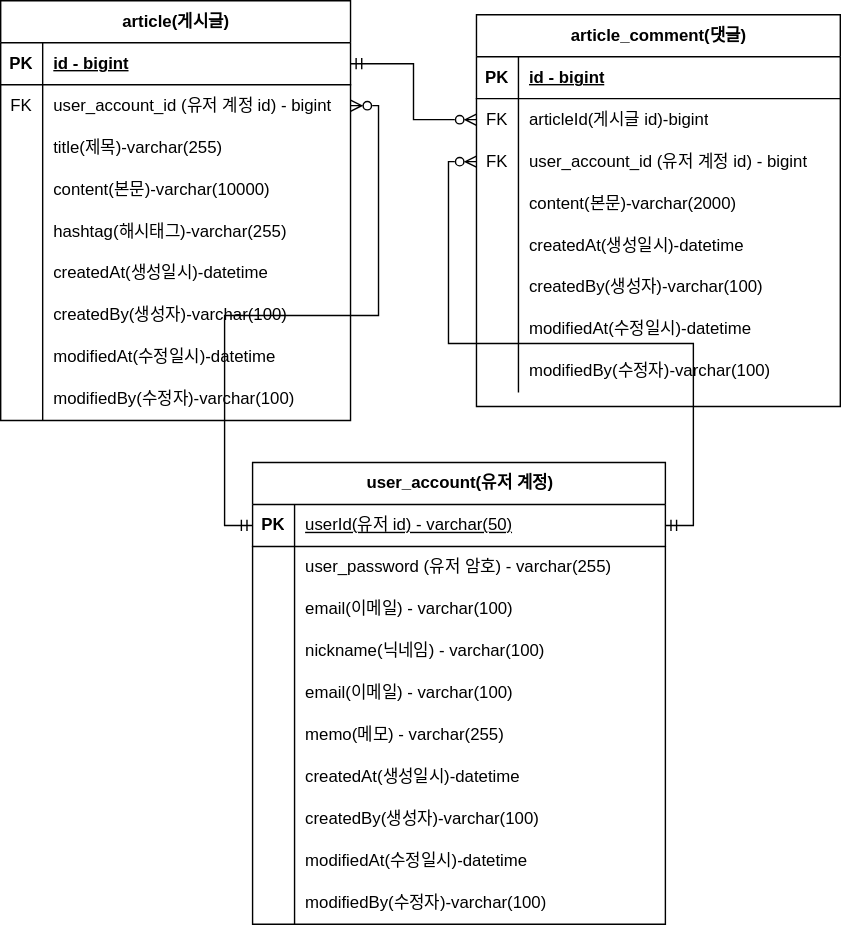
Before: document/project-board-erd.drawio.svg, a diagram exported from draw.io (Kim-Hyeong-June/fastcampus-project-board). Source tidied: cells renumbered, new cells last; positions are measured from the earlier drawing's top-left corner, leaving out a move shared by most shapes.
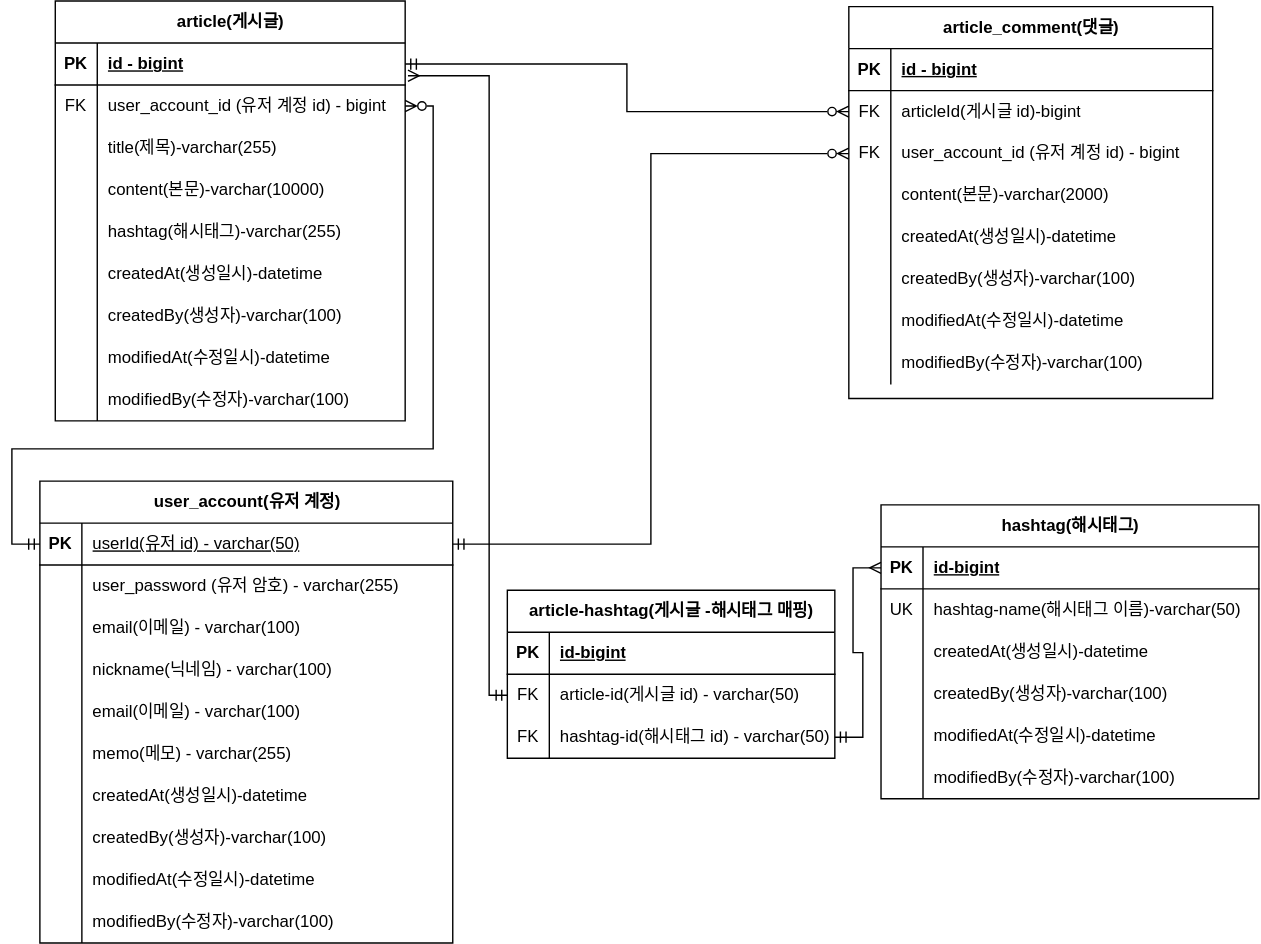
Above is the later version.

Commit message:
[고도화] project-board-erd.drawio.svg 업데이트

The edit, as a diff of the source:
```diff
@@ -87,7 +87,7 @@
       <mxGeometry x="30" width="220" height="30" as="geometry" />
     </mxCell>
     <mxCell id="30" value="article_comment(댓글)" style="shape=table;startSize=30;rowLines=0;fontStyle=1;align=center;html=1;" parent="1" vertex="1">
-      <mxGeometry x="340" y="10" width="260" height="280" as="geometry" />
+      <mxGeometry x="567" y="4" width="260" height="280" as="geometry" />
     </mxCell>
     <mxCell id="31" style="shape=tableRow;horizontal=0;startSize=0;swimlaneHead=0;swimlaneBody=0;fillColor=none;top=0;left=0;right=0;bottom=1;" parent="30" vertex="1">
       <mxGeometry y="30" width="260" height="30" as="geometry" />
@@ -162,7 +162,7 @@
       <mxGeometry x="30" width="230" height="30" as="geometry" />
     </mxCell>
     <mxCell id="55" value="user_account(유저 계정)" style="shape=table;startSize=30;rowLines=0;fontStyle=1;align=center;html=1;" parent="1" vertex="1">
-      <mxGeometry x="180" y="330" width="295" height="330" as="geometry" />
+      <mxGeometry x="-11" y="343" width="295" height="330" as="geometry" />
     </mxCell>
     <mxCell id="56" style="shape=tableRow;horizontal=0;startSize=0;swimlaneHead=0;swimlaneBody=0;fillColor=none;points=[[0,0.5],[1,0.5]];portConstraint=eastwest;top=0;left=0;right=0;bottom=1;" parent="55" vertex="1">
       <mxGeometry y="30" width="295" height="30" as="geometry" />
@@ -258,10 +258,117 @@
       <mxGeometry relative="1" as="geometry" />
     </mxCell>
     <mxCell id="87" style="edgeStyle=orthogonalEdgeStyle;rounded=0;jettySize=auto;html=1;exitX=1;exitY=0.5;exitDx=0;exitDy=0;entryX=0;entryY=0.5;entryDx=0;entryDy=0;endArrow=ERmandOne;endFill=0;startArrow=ERzeroToMany;startFill=0;" parent="1" edge="1" source="6" target="56">
-      <mxGeometry relative="1" as="geometry" />
+      <mxGeometry relative="1" as="geometry">
+        <Array as="points">
+          <mxPoint x="270" y="75" />
+          <mxPoint x="270" y="320" />
+          <mxPoint x="-31" y="320" />
+          <mxPoint x="-31" y="388" />
+        </Array>
+      </mxGeometry>
     </mxCell>
     <mxCell id="88" style="edgeStyle=orthogonalEdgeStyle;rounded=0;jettySize=auto;html=1;exitX=0;exitY=0.5;exitDx=0;exitDy=0;entryX=1;entryY=0.5;entryDx=0;entryDy=0;endArrow=ERmandOne;endFill=0;startArrow=ERzeroToMany;startFill=0;" parent="1" edge="1" source="37" target="56">
       <mxGeometry relative="1" as="geometry" />
     </mxCell>
+    <mxCell id="89" value="hashtag(해시태그)" style="shape=table;startSize=30;rowLines=0;fontStyle=1;align=center;html=1;" parent="1" vertex="1">
+      <mxGeometry x="590" y="360" width="270" height="210" as="geometry" />
+    </mxCell>
+    <mxCell id="90" style="shape=tableRow;horizontal=0;startSize=0;swimlaneHead=0;swimlaneBody=0;fillColor=none;points=[[0,0.5],[1,0.5]];portConstraint=eastwest;top=0;left=0;right=0;bottom=1;" parent="89" vertex="1">
+      <mxGeometry y="30" width="270" height="30" as="geometry" />
+    </mxCell>
+    <mxCell id="91" value="PK" style="shape=partialRectangle;fillColor=none;top=0;left=0;bottom=0;right=0;fontStyle=1;overflow=hidden;whiteSpace=wrap;html=1;" parent="90" vertex="1">
+      <mxGeometry width="30" height="30" as="geometry" />
+    </mxCell>
+    <mxCell id="92" value="id-bigint" style="shape=partialRectangle;fillColor=none;top=0;left=0;bottom=0;right=0;align=left;spacingLeft=6;fontStyle=5;overflow=hidden;whiteSpace=wrap;html=1;" parent="90" vertex="1">
+      <mxGeometry x="30" width="240" height="30" as="geometry" />
+    </mxCell>
+    <mxCell id="93" style="shape=tableRow;horizontal=0;startSize=0;swimlaneHead=0;swimlaneBody=0;fillColor=none;top=0;left=0;right=0;bottom=0;" parent="89" vertex="1">
+      <mxGeometry y="60" width="270" height="30" as="geometry" />
+    </mxCell>
+    <mxCell id="94" value="UK" style="shape=partialRectangle;fillColor=none;top=0;left=0;bottom=0;right=0;overflow=hidden;whiteSpace=wrap;html=1;" parent="93" vertex="1">
+      <mxGeometry width="30" height="30" as="geometry" />
+    </mxCell>
+    <mxCell id="95" value="hashtag-name(해시태그 이름)-varchar(50)" style="shape=partialRectangle;fillColor=none;top=0;left=0;bottom=0;right=0;align=left;spacingLeft=6;overflow=hidden;whiteSpace=wrap;html=1;" parent="93" vertex="1">
+      <mxGeometry x="30" width="240" height="30" as="geometry" />
+    </mxCell>
+    <mxCell id="96" style="shape=tableRow;horizontal=0;startSize=0;swimlaneHead=0;swimlaneBody=0;fillColor=none;top=0;left=0;right=0;bottom=0;" parent="89" vertex="1">
+      <mxGeometry y="90" width="270" height="30" as="geometry" />
+    </mxCell>
+    <mxCell id="97" style="shape=partialRectangle;fillColor=none;top=0;left=0;bottom=0;right=0;overflow=hidden;whiteSpace=wrap;html=1;" parent="96" vertex="1">
+      <mxGeometry width="30" height="30" as="geometry" />
+    </mxCell>
+    <mxCell id="98" value="createdAt(생성일시)-datetime" style="shape=partialRectangle;fillColor=none;top=0;left=0;bottom=0;right=0;align=left;spacingLeft=6;overflow=hidden;whiteSpace=wrap;html=1;" parent="96" vertex="1">
+      <mxGeometry x="30" width="240" height="30" as="geometry" />
+    </mxCell>
+    <mxCell id="99" style="shape=tableRow;horizontal=0;startSize=0;swimlaneHead=0;swimlaneBody=0;fillColor=none;top=0;left=0;right=0;bottom=0;" parent="89" vertex="1">
+      <mxGeometry y="120" width="270" height="30" as="geometry" />
+    </mxCell>
+    <mxCell id="100" style="shape=partialRectangle;fillColor=none;top=0;left=0;bottom=0;right=0;overflow=hidden;whiteSpace=wrap;html=1;" parent="99" vertex="1">
+      <mxGeometry width="30" height="30" as="geometry" />
+    </mxCell>
+    <mxCell id="101" value="&lt;div&gt;createdBy(생성자)-varchar(100)&lt;br&gt;&lt;/div&gt;" style="shape=partialRectangle;fillColor=none;top=0;left=0;bottom=0;right=0;align=left;spacingLeft=6;overflow=hidden;whiteSpace=wrap;html=1;" parent="99" vertex="1">
+      <mxGeometry x="30" width="240" height="30" as="geometry" />
+    </mxCell>
+    <mxCell id="102" style="shape=tableRow;horizontal=0;startSize=0;swimlaneHead=0;swimlaneBody=0;fillColor=none;top=0;left=0;right=0;bottom=0;" parent="89" vertex="1">
+      <mxGeometry y="150" width="270" height="30" as="geometry" />
+    </mxCell>
+    <mxCell id="103" style="shape=partialRectangle;fillColor=none;top=0;left=0;bottom=0;right=0;overflow=hidden;whiteSpace=wrap;html=1;" parent="102" vertex="1">
+      <mxGeometry width="30" height="30" as="geometry" />
+    </mxCell>
+    <mxCell id="104" value="&lt;div&gt;modifiedAt(수정일시)-datetime&lt;br&gt;&lt;/div&gt;" style="shape=partialRectangle;fillColor=none;top=0;left=0;bottom=0;right=0;align=left;spacingLeft=6;overflow=hidden;whiteSpace=wrap;html=1;" parent="102" vertex="1">
+      <mxGeometry x="30" width="240" height="30" as="geometry" />
+    </mxCell>
+    <mxCell id="105" style="shape=tableRow;horizontal=0;startSize=0;swimlaneHead=0;swimlaneBody=0;fillColor=none;top=0;left=0;right=0;bottom=0;" parent="89" vertex="1">
+      <mxGeometry y="180" width="270" height="30" as="geometry" />
+    </mxCell>
+    <mxCell id="106" style="shape=partialRectangle;fillColor=none;top=0;left=0;bottom=0;right=0;overflow=hidden;whiteSpace=wrap;html=1;" parent="105" vertex="1">
+      <mxGeometry width="30" height="30" as="geometry" />
+    </mxCell>
+    <mxCell id="107" value="&lt;div&gt;modifiedBy(수정자)-varchar(100)&lt;br&gt;&lt;/div&gt;" style="shape=partialRectangle;fillColor=none;top=0;left=0;bottom=0;right=0;align=left;spacingLeft=6;overflow=hidden;whiteSpace=wrap;html=1;" parent="105" vertex="1">
+      <mxGeometry x="30" width="240" height="30" as="geometry" />
+    </mxCell>
+    <mxCell id="108" value="article-hashtag(게시글 -해시태그 매핑)" style="shape=table;startSize=30;rowLines=0;fontStyle=1;align=center;html=1;" parent="1" vertex="1">
+      <mxGeometry x="323" y="421" width="234" height="120" as="geometry" />
+    </mxCell>
+    <mxCell id="109" style="shape=tableRow;horizontal=0;startSize=0;swimlaneHead=0;swimlaneBody=0;fillColor=none;top=0;left=0;right=0;bottom=1;" parent="108" vertex="1">
+      <mxGeometry y="30" width="234" height="30" as="geometry" />
+    </mxCell>
+    <mxCell id="110" value="PK" style="shape=partialRectangle;fillColor=none;top=0;left=0;bottom=0;right=0;fontStyle=1;overflow=hidden;whiteSpace=wrap;html=1;" parent="109" vertex="1">
+      <mxGeometry width="30" height="30" as="geometry" />
+    </mxCell>
+    <mxCell id="111" value="id-bigint" style="shape=partialRectangle;fillColor=none;top=0;left=0;bottom=0;right=0;align=left;spacingLeft=6;fontStyle=5;overflow=hidden;whiteSpace=wrap;html=1;" parent="109" vertex="1">
+      <mxGeometry x="30" width="204" height="30" as="geometry" />
+    </mxCell>
+    <mxCell id="112" style="shape=tableRow;horizontal=0;startSize=0;swimlaneHead=0;swimlaneBody=0;fillColor=none;top=0;left=0;right=0;bottom=0;" parent="108" vertex="1">
+      <mxGeometry y="60" width="234" height="30" as="geometry" />
+    </mxCell>
+    <mxCell id="113" value="FK" style="shape=partialRectangle;fillColor=none;top=0;left=0;bottom=0;right=0;overflow=hidden;whiteSpace=wrap;html=1;" parent="112" vertex="1">
+      <mxGeometry width="30" height="30" as="geometry" />
+    </mxCell>
+    <mxCell id="114" value="article-id(게시글 id) - varchar(50)" style="shape=partialRectangle;fillColor=none;top=0;left=0;bottom=0;right=0;align=left;spacingLeft=6;overflow=hidden;whiteSpace=wrap;html=1;" parent="112" vertex="1">
+      <mxGeometry x="30" width="204" height="30" as="geometry" />
+    </mxCell>
+    <mxCell id="115" style="shape=tableRow;horizontal=0;startSize=0;swimlaneHead=0;swimlaneBody=0;fillColor=none;points=[[0,0.5],[1,0.5]];portConstraint=eastwest;top=0;left=0;right=0;bottom=0;" parent="108" vertex="1">
+      <mxGeometry y="90" width="234" height="30" as="geometry" />
+    </mxCell>
+    <mxCell id="116" value="FK" style="shape=partialRectangle;fillColor=none;top=0;left=0;bottom=0;right=0;overflow=hidden;whiteSpace=wrap;html=1;" parent="115" vertex="1">
+      <mxGeometry width="30" height="30" as="geometry" />
+    </mxCell>
+    <mxCell id="117" value="hashtag-id(해시태그 id) - varchar(50)" style="shape=partialRectangle;fillColor=none;top=0;left=0;bottom=0;right=0;align=left;spacingLeft=6;overflow=hidden;whiteSpace=wrap;html=1;" parent="115" vertex="1">
+      <mxGeometry x="30" width="204" height="30" as="geometry" />
+    </mxCell>
+    <mxCell id="118" style="edgeStyle=orthogonalEdgeStyle;rounded=0;orthogonalLoop=1;jettySize=auto;html=1;exitX=0;exitY=0.5;exitDx=0;exitDy=0;entryX=1.008;entryY=0.778;entryDx=0;entryDy=0;entryPerimeter=0;startArrow=ERmandOne;startFill=0;endArrow=ERmany;endFill=0;" parent="1" edge="1">
+      <mxGeometry relative="1" as="geometry">
+        <mxPoint x="323" y="496" as="sourcePoint" />
+        <mxPoint x="252" y="53.3" as="targetPoint" />
+        <Array as="points">
+          <mxPoint x="310" y="496" />
+          <mxPoint x="310" y="53" />
+        </Array>
+      </mxGeometry>
+    </mxCell>
+    <mxCell id="119" style="edgeStyle=orthogonalEdgeStyle;rounded=0;jettySize=auto;html=1;exitX=1;exitY=0.5;exitDx=0;exitDy=0;entryX=0;entryY=0.5;entryDx=0;entryDy=0;startArrow=ERmandOne;startFill=0;endArrow=ERmany;endFill=0;" parent="1" edge="1" source="115" target="90">
+      <mxGeometry relative="1" as="geometry" />
+    </mxCell>
   </root>
 </mxGraphModel>
```
